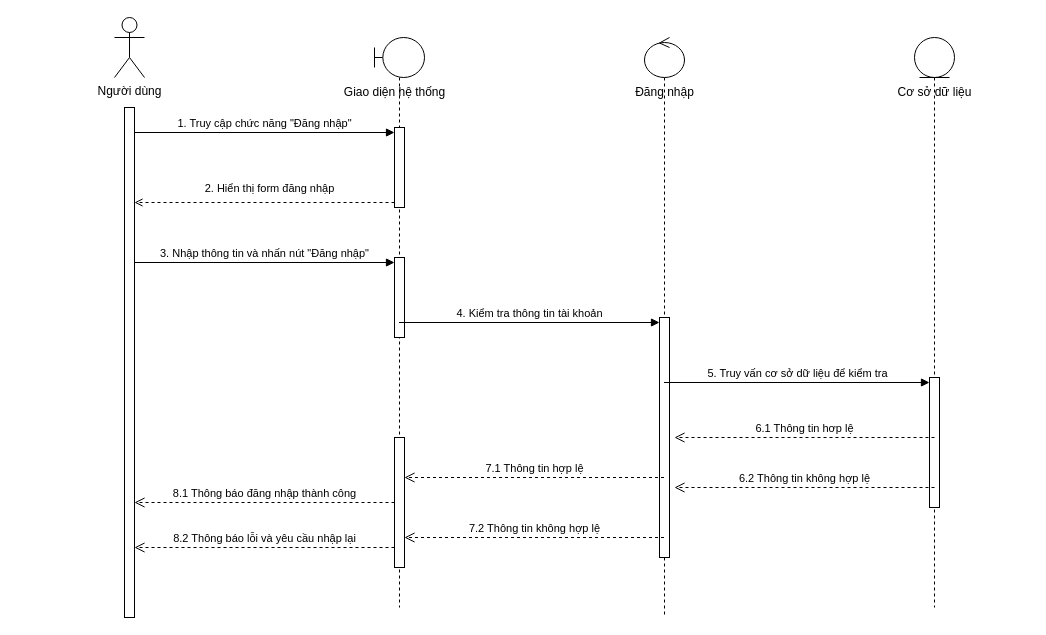
Above: page "SD002" (2 of 14) of Diagram/Sequence Diagram.drawio in TAKhoi1506/DrugRecommendation (draw.io), before the change. Source tidied: cells renumbered, new cells numbered last; positions are measured from the earlier drawing's top-left corner, leaving out a move shared by most shapes. Both pictures are drawn from the tidied source at 100%, with x=0, y=0 at pixel (114, 17).
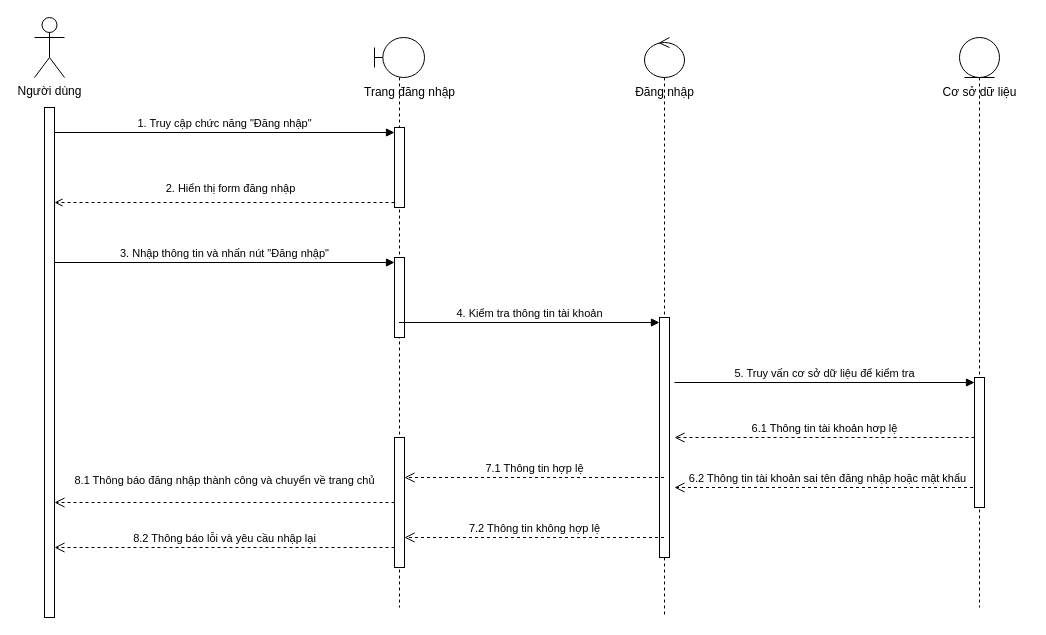
The same diagram, later.

Unchanged cells that the change refers to:
```xml
<mxCell id="5" style="html=1;points=[[0,0,0,0,5],[0,1,0,0,-5],[1,0,0,0,5],[1,1,0,0,-5]];perimeter=orthogonalPerimeter;outlineConnect=0;targetShapes=umlLifeline;portConstraint=eastwest;newEdgeStyle={&quot;curved&quot;:0,&quot;rounded&quot;:0};" parent="2" vertex="1">
  <mxGeometry x="20" y="400" width="10" height="130" as="geometry" />
</mxCell>
<mxCell id="8" style="shape=umlLifeline;perimeter=lifelinePerimeter;whiteSpace=wrap;html=1;outlineConnect=0;portConstraint=eastwest;newEdgeStyle={&quot;curved&quot;:0,&quot;rounded&quot;:0};participant=umlControl;" parent="1" vertex="1">
  <mxGeometry x="530" y="20" width="40" height="580" as="geometry" />
</mxCell>
```

What changed in the source:
```diff
@@
     <mxCell id="6" style="shape=umlLifeline;perimeter=lifelinePerimeter;whiteSpace=wrap;html=1;outlineConnect=0;portConstraint=eastwest;newEdgeStyle={&quot;curved&quot;:0,&quot;rounded&quot;:0};participant=umlEntity;" parent="1" vertex="1">
-      <mxGeometry x="800" y="20" width="40" height="570" as="geometry" />
+      <mxGeometry x="845" y="20" width="40" height="570" as="geometry" />
     </mxCell>
-    <mxCell id="7" style="html=1;points=[[0,0,0,0,5],[0,1,0,0,-5],[1,0,0,0,5],[1,1,0,0,-5]];perimeter=orthogonalPerimeter;outlineConnect=0;targetShapes=umlLifeline;portConstraint=eastwest;newEdgeStyle={&quot;curved&quot;:0,&quot;rounded&quot;:0};" parent="6" vertex="1">
-      <mxGeometry x="15" y="340" width="10" height="130" as="geometry" />
-    </mxCell>
@@
     <mxCell id="10" value="Người dùng" style="shape=umlActor;verticalLabelPosition=bottom;verticalAlign=top;html=1;" parent="1" vertex="1">
-      <mxGeometry width="30" height="60" as="geometry" />
+      <mxGeometry x="-80" width="30" height="60" as="geometry" />
     </mxCell>
     <mxCell id="11" style="html=1;points=[[0,0,0,0,5],[0,1,0,0,-5],[1,0,0,0,5],[1,1,0,0,-5]];perimeter=orthogonalPerimeter;outlineConnect=0;targetShapes=umlLifeline;portConstraint=eastwest;newEdgeStyle={&quot;curved&quot;:0,&quot;rounded&quot;:0};" parent="1" vertex="1">
-      <mxGeometry x="10" y="90" width="10" height="510" as="geometry" />
+      <mxGeometry x="-70" y="90" width="10" height="510" as="geometry" />
     </mxCell>
-    <mxCell id="12" value="Giao diện hệ thống" style="text;html=1;align=center;verticalAlign=middle;strokeColor=none;fillColor=none;" parent="1" vertex="1">
-      <mxGeometry x="220" y="60" width="120" height="30" as="geometry" />
+    <mxCell id="12" value="Trang đăng nhập" style="text;html=1;align=center;verticalAlign=middle;strokeColor=none;fillColor=none;" parent="1" vertex="1">
+      <mxGeometry x="240" y="60" width="110" height="30" as="geometry" />
     </mxCell>
@@
     <mxCell id="14" value="Cơ sở dữ liệu" style="text;html=1;align=center;verticalAlign=middle;strokeColor=none;fillColor=none;" parent="1" vertex="1">
-      <mxGeometry x="770" y="60" width="100" height="30" as="geometry" />
+      <mxGeometry x="815" y="60" width="100" height="30" as="geometry" />
     </mxCell>
@@
-    <mxCell id="20" value="5. Truy vấn cơ sở dữ liệu để kiểm tra" style="html=1;verticalAlign=bottom;startArrow=none;endArrow=block;startSize=8;curved=0;rounded=0;entryX=0;entryY=0;entryDx=0;entryDy=5;startFill=0;" parent="1" edge="1" source="8" target="7">
-      <mxGeometry relative="1" as="geometry" />
+    <mxCell id="20" value="5. Truy vấn cơ sở dữ liệu để kiểm tra" style="html=1;verticalAlign=bottom;startArrow=none;endArrow=block;startSize=8;curved=0;rounded=0;entryX=0;entryY=0;entryDx=0;entryDy=5;startFill=0;" parent="1" edge="1" target="7">
+      <mxGeometry relative="1" as="geometry">
+        <mxPoint x="560" y="365" as="sourcePoint" />
+      </mxGeometry>
     </mxCell>
-    <mxCell id="21" value="6.1 Thông tin hơp lệ" style="html=1;verticalAlign=bottom;endArrow=open;dashed=1;endSize=8;curved=0;rounded=0;" parent="1" edge="1">
+    <mxCell id="21" value="6.1 Thông tin tài khoản hơp lệ" style="html=1;verticalAlign=bottom;endArrow=open;dashed=1;endSize=8;curved=0;rounded=0;" parent="1" edge="1" source="7">
       <mxGeometry relative="1" as="geometry">
-        <mxPoint x="820" y="420" as="sourcePoint" />
         <mxPoint x="560" y="420" as="targetPoint" />
       </mxGeometry>
     </mxCell>
-    <mxCell id="22" value="6.2 Thông tin không hợp lệ" style="html=1;verticalAlign=bottom;endArrow=open;dashed=1;endSize=8;curved=0;rounded=0;" parent="1" edge="1">
+    <mxCell id="22" value="6.2 Thông tin tài khoản sai tên đăng nhập hoặc mật khẩu" style="html=1;verticalAlign=bottom;endArrow=open;dashed=1;endSize=8;curved=0;rounded=0;" parent="1" edge="1" source="6">
       <mxGeometry relative="1" as="geometry">
-        <mxPoint x="820" y="470" as="sourcePoint" />
         <mxPoint x="560" y="470" as="targetPoint" />
       </mxGeometry>
     </mxCell>
@@
-    <mxCell id="25" value="8.1 Thông báo đăng nhập thành công" style="html=1;verticalAlign=bottom;endArrow=open;dashed=1;endSize=8;curved=0;rounded=0;" parent="1" edge="1" source="5" target="11">
+    <mxCell id="25" value="8.1 Thông báo đăng nhập thành công và chuyển về trang chủ&lt;div&gt;&lt;br&gt;&lt;/div&gt;" style="html=1;verticalAlign=bottom;endArrow=open;dashed=1;endSize=8;curved=0;rounded=0;" parent="1" edge="1" source="5" target="11">
       <mxGeometry relative="1" as="geometry" />
     </mxCell>
-    <mxCell id="26" value="8.2 Thông báo lỗi và yêu cầu nhập lại" style="html=1;verticalAlign=bottom;endArrow=open;dashed=1;endSize=8;curved=0;rounded=0;" parent="1" edge="1">
+    <mxCell id="26" value="8.2 Thông báo lỗi và yêu cầu nhập lại" style="html=1;verticalAlign=bottom;endArrow=open;dashed=1;endSize=8;curved=0;rounded=0;" parent="1" edge="1" target="11">
       <mxGeometry relative="1" as="geometry">
         <mxPoint x="280" y="530" as="sourcePoint" />
-        <mxPoint x="20" y="530" as="targetPoint" />
       </mxGeometry>
     </mxCell>
+    <mxCell id="7" style="html=1;points=[[0,0,0,0,5],[0,1,0,0,-5],[1,0,0,0,5],[1,1,0,0,-5]];perimeter=orthogonalPerimeter;outlineConnect=0;targetShapes=umlLifeline;portConstraint=eastwest;newEdgeStyle={&quot;curved&quot;:0,&quot;rounded&quot;:0};" parent="1" vertex="1">
+      <mxGeometry x="860" y="360" width="10" height="130" as="geometry" />
+    </mxCell>
```
